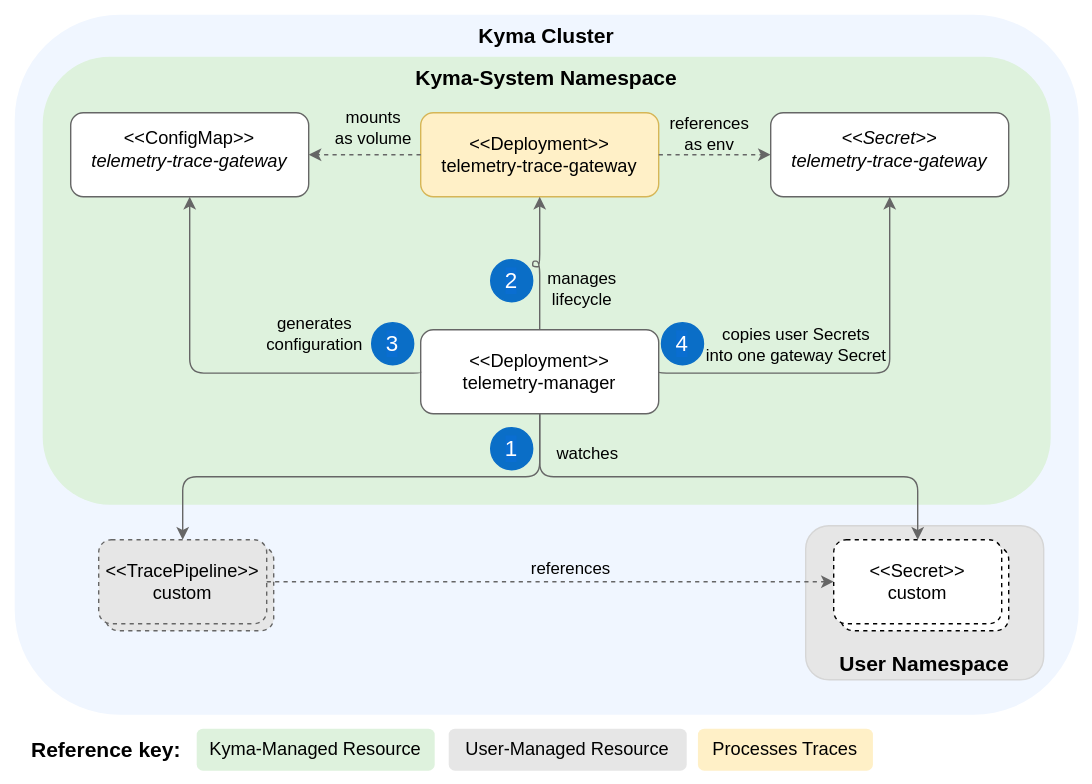
This is docs/user/assets/traces-resources.drawio.svg from kyma-project/telemetry-manager, a draw.io export, as it was before one commit. Source tidied: cells renumbered, new cells last; positions are measured from the earlier drawing's top-left corner, leaving out a move shared by most shapes.
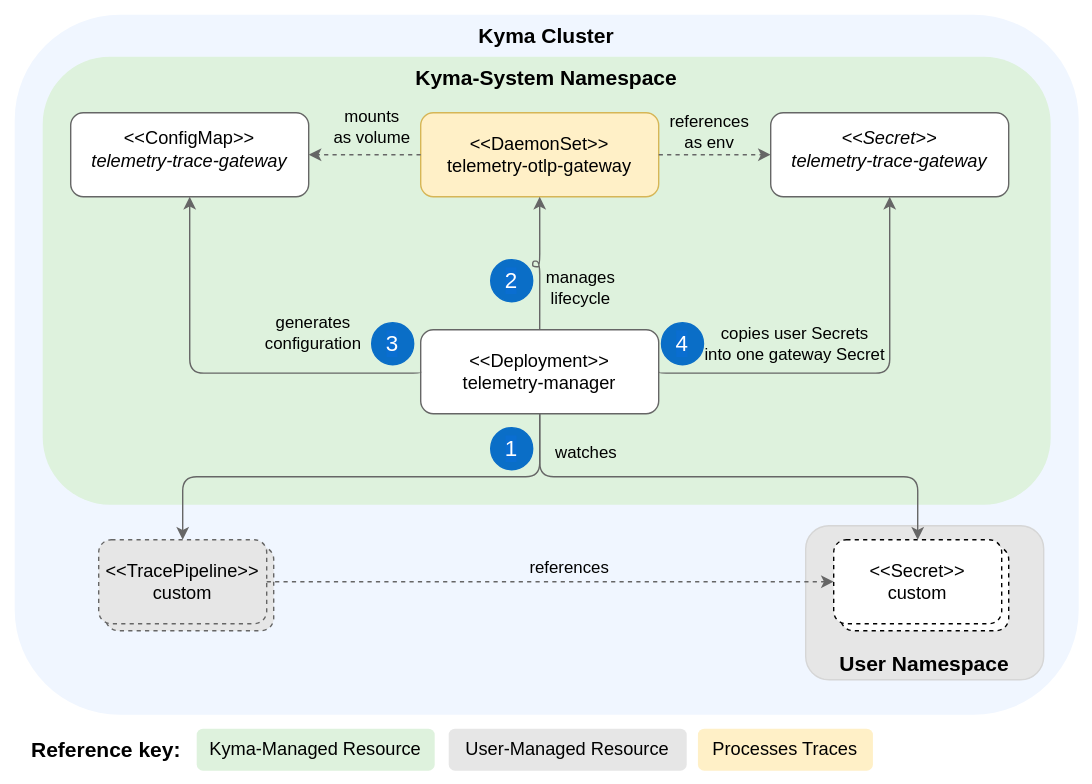
Later version of the same file.

Diff of the diagram source:
```diff
@@ -64,7 +64,7 @@
     <mxCell id="17" value="&lt;span style=&quot;color: rgb(0, 0, 0); font-family: Helvetica; font-size: 13px; font-style: normal; font-variant-ligatures: normal; font-variant-caps: normal; font-weight: 400; letter-spacing: normal; orphans: 2; text-indent: 0px; text-transform: none; widows: 2; word-spacing: 0px; -webkit-text-stroke-width: 0px; text-decoration-thickness: initial; text-decoration-style: initial; text-decoration-color: initial; float: none; display: inline !important;&quot;&gt;Processes Traces&lt;/span&gt;" style="text;whiteSpace=wrap;html=1;strokeColor=none;rounded=1;fillColor=#fff0c7;align=center;fontSize=13;" parent="1" vertex="1">
       <mxGeometry x="498" y="520" width="125" height="30" as="geometry" />
     </mxCell>
-    <mxCell id="18" value="&amp;lt;&amp;lt;Deployment&amp;gt;&amp;gt;&lt;br style=&quot;font-size: 13px;&quot;&gt;telemetry-trace-gateway" style="rounded=1;whiteSpace=wrap;html=1;strokeColor=#D6B656;fontSize=13;fillColor=#FFF0C7;" parent="1" vertex="1">
+    <mxCell id="18" value="&amp;lt;&amp;lt;DaemonSet&amp;gt;&amp;gt;&lt;br style=&quot;font-size: 13px;&quot;&gt;telemetry-otlp-gateway" style="rounded=1;whiteSpace=wrap;html=1;strokeColor=#D6B656;fontSize=13;fillColor=#FFF0C7;" parent="1" vertex="1">
       <mxGeometry x="300" y="80" width="170" height="60" as="geometry" />
     </mxCell>
     <mxCell id="19" value="&lt;div style=&quot;font-size: 13px;&quot;&gt;&lt;font style=&quot;font-size: 13px&quot;&gt;&amp;lt;&amp;lt;ConfigMap&amp;gt;&amp;gt;&lt;/font&gt;&lt;/div&gt;&lt;div style=&quot;font-size: 13px&quot;&gt;&lt;font style=&quot;font-size: 13px&quot;&gt;&lt;i style=&quot;font-size: 13px;&quot;&gt;&lt;font style=&quot;font-size: 13px&quot;&gt;&amp;nbsp;telemetry-trace-gateway&lt;/font&gt;&lt;/i&gt;&lt;/font&gt;&lt;/div&gt;&lt;span style=&quot;font-size: 13px;&quot;&gt;&lt;br style=&quot;font-size: 13px;&quot;&gt;&lt;/span&gt;" style="rounded=1;whiteSpace=wrap;html=1;align=center;strokeColor=#666666;fontSize=13;verticalAlign=bottom;fillColor=#FFFFFF;" parent="1" vertex="1">
```
